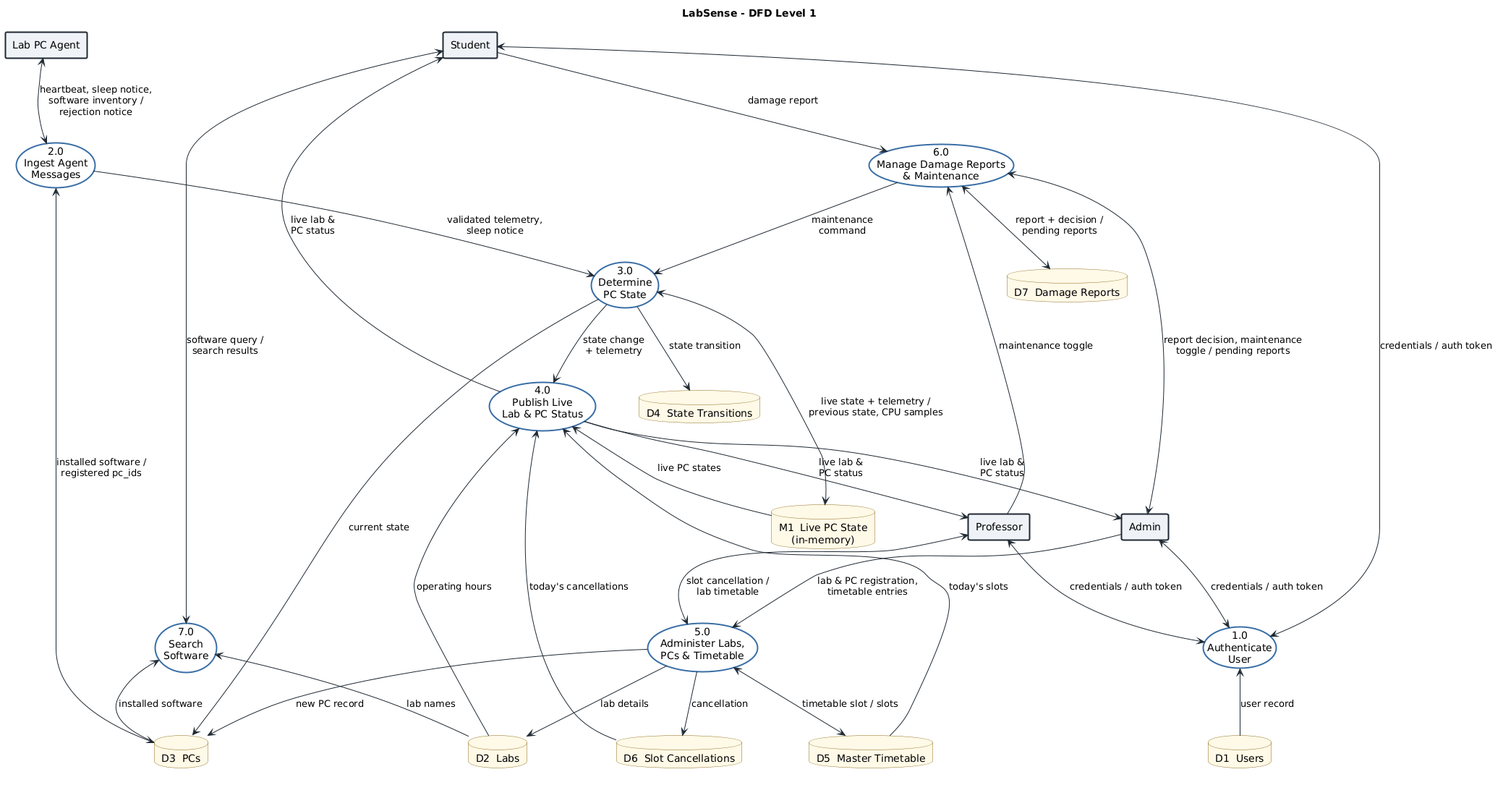
Earlier version of the PlantUML export docs/diagrams/rendered/exp6-dfd-level1.png (smitshah1576/LabSense). Source of this version:
```plantuml
@startuml exp6-dfd-level1
title LabSense - DFD Level 1

skinparam shadowing false
skinparam defaultTextAlignment center
skinparam nodesep 60
skinparam ranksep 70
skinparam rectangle {
  BackgroundColor #EEF2F7
  BorderColor #1F2933
  BorderThickness 2
}
skinparam usecase {
  BackgroundColor #FFFFFF
  BorderColor #3A6EA5
  BorderThickness 2
}
skinparam database {
  BackgroundColor #FFF8E6
  BorderColor #8C6D1F
}
skinparam ArrowColor #1F2933

rectangle "Student" as Student
rectangle "Professor" as Professor
rectangle "Admin" as Admin
rectangle "Lab PC Agent" as Agent

usecase "1.0\nAuthenticate\nUser" as P1
usecase "7.0\nSearch\nSoftware" as P7
usecase "6.0\nManage Damage Reports\n& Maintenance" as P6
usecase "5.0\nAdminister Labs,\nPCs & Timetable" as P5
usecase "4.0\nPublish Live\nLab & PC Status" as P4
usecase "2.0\nIngest Agent\nMessages" as P2
usecase "3.0\nDetermine\nPC State" as P3

database "D1  Users" as D1
database "D2  Labs" as D2
database "D3  PCs" as D3
database "D4  State Transitions" as D4
database "D5  Master Timetable" as D5
database "D6  Slot Cancellations" as D6
database "D7  Damage Reports" as D7
database "M1  Live PC State\n(in-memory)" as M1

Student <--> P1 : credentials / auth token
Professor <--> P1 : credentials / auth token
Admin <--> P1 : credentials / auth token
P1 <-- D1 : user record

Student <--> P7 : software query /\nsearch results
P7 <-- D3 : installed software
P7 <-- D2 : lab names

Student --> P6 : damage report
Professor --> P6 : maintenance toggle
Admin <--> P6 : report decision, maintenance\ntoggle / pending reports
P6 <--> D7 : report + decision /\npending reports
P6 --> P3 : maintenance\ncommand

Admin --> P5 : lab & PC registration,\ntimetable entries
Professor <--> P5 : slot cancellation /\nlab timetable
P5 --> D2 : lab details
P5 --> D3 : new PC record
P5 <--> D5 : timetable slot / slots
P5 --> D6 : cancellation

P4 --> Student : live lab &\nPC status
P4 --> Professor : live lab &\nPC status
P4 --> Admin : live lab &\nPC status
P4 <-- M1 : live PC states
P4 <-- D2 : operating hours
P4 <-- D5 : today's slots
P4 <-- D6 : today's cancellations

Agent <--> P2 : heartbeat, sleep notice,\nsoftware inventory /\nrejection notice
P2 <--> D3 : installed software /\nregistered pc_ids
P2 --> P3 : validated telemetry,\nsleep notice

P3 <--> M1 : live state + telemetry /\nprevious state, CPU samples
P3 --> D4 : state transition
P3 --> D3 : current state
P3 --> P4 : state change\n+ telemetry
@enduml
```
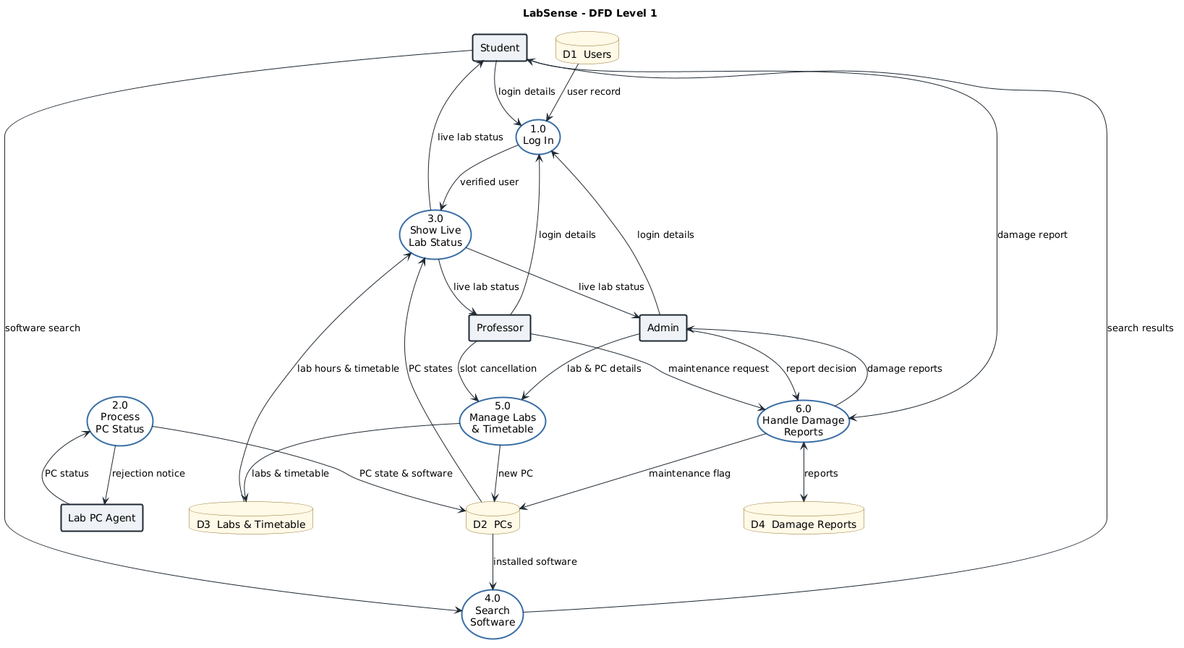
After the commit.

Diff of the diagram source:
```diff
@@ -3,8 +3,6 @@
 
 skinparam shadowing false
 skinparam defaultTextAlignment center
-skinparam nodesep 60
-skinparam ranksep 70
 skinparam rectangle {
   BackgroundColor #EEF2F7
   BorderColor #1F2933
@@ -26,59 +24,47 @@
 rectangle "Admin" as Admin
 rectangle "Lab PC Agent" as Agent
 
-usecase "1.0\nAuthenticate\nUser" as P1
-usecase "7.0\nSearch\nSoftware" as P7
-usecase "6.0\nManage Damage Reports\n& Maintenance" as P6
-usecase "5.0\nAdminister Labs,\nPCs & Timetable" as P5
-usecase "4.0\nPublish Live\nLab & PC Status" as P4
-usecase "2.0\nIngest Agent\nMessages" as P2
-usecase "3.0\nDetermine\nPC State" as P3
+usecase "1.0\nLog In" as P1
+usecase "2.0\nProcess\nPC Status" as P2
+usecase "3.0\nShow Live\nLab Status" as P3
+usecase "4.0\nSearch\nSoftware" as P4
+usecase "5.0\nManage Labs\n& Timetable" as P5
+usecase "6.0\nHandle Damage\nReports" as P6
 
 database "D1  Users" as D1
-database "D2  Labs" as D2
-database "D3  PCs" as D3
-database "D4  State Transitions" as D4
-database "D5  Master Timetable" as D5
-database "D6  Slot Cancellations" as D6
-database "D7  Damage Reports" as D7
-database "M1  Live PC State\n(in-memory)" as M1
+database "D2  PCs" as D2
+database "D3  Labs & Timetable" as D3
+database "D4  Damage Reports" as D4
 
-Student <--> P1 : credentials / auth token
-Professor <--> P1 : credentials / auth token
-Admin <--> P1 : credentials / auth token
-P1 <-- D1 : user record
+Student --> P1 : login details
+Professor --> P1 : login details
+Admin --> P1 : login details
+D1 --> P1 : user record
+P1 --> P3 : verified user
 
-Student <--> P7 : software query /\nsearch results
-P7 <-- D3 : installed software
-P7 <-- D2 : lab names
+Agent --> P2 : PC status
+P2 --> Agent : rejection notice
+P2 --> D2 : PC state & software
+
+D2 --> P3 : PC states
+D3 --> P3 : lab hours & timetable
+P3 --> Student : live lab status
+P3 --> Professor : live lab status
+P3 --> Admin : live lab status
+
+Student --> P4 : software search
+D2 --> P4 : installed software
+P4 --> Student : search results
+
+Admin --> P5 : lab & PC details
+Professor --> P5 : slot cancellation
+P5 --> D3 : labs & timetable
+P5 --> D2 : new PC
 
 Student --> P6 : damage report
-Professor --> P6 : maintenance toggle
-Admin <--> P6 : report decision, maintenance\ntoggle / pending reports
-P6 <--> D7 : report + decision /\npending reports
-P6 --> P3 : maintenance\ncommand
-
-Admin --> P5 : lab & PC registration,\ntimetable entries
-Professor <--> P5 : slot cancellation /\nlab timetable
-P5 --> D2 : lab details
-P5 --> D3 : new PC record
-P5 <--> D5 : timetable slot / slots
-P5 --> D6 : cancellation
-
-P4 --> Student : live lab &\nPC status
-P4 --> Professor : live lab &\nPC status
-P4 --> Admin : live lab &\nPC status
-P4 <-- M1 : live PC states
-P4 <-- D2 : operating hours
-P4 <-- D5 : today's slots
-P4 <-- D6 : today's cancellations
-
-Agent <--> P2 : heartbeat, sleep notice,\nsoftware inventory /\nrejection notice
-P2 <--> D3 : installed software /\nregistered pc_ids
-P2 --> P3 : validated telemetry,\nsleep notice
-
-P3 <--> M1 : live state + telemetry /\nprevious state, CPU samples
-P3 --> D4 : state transition
-P3 --> D3 : current state
-P3 --> P4 : state change\n+ telemetry
+Professor --> P6 : maintenance request
+Admin --> P6 : report decision
+P6 --> Admin : damage reports
+P6 <--> D4 : reports
+P6 --> D2 : maintenance flag
 @enduml
```
